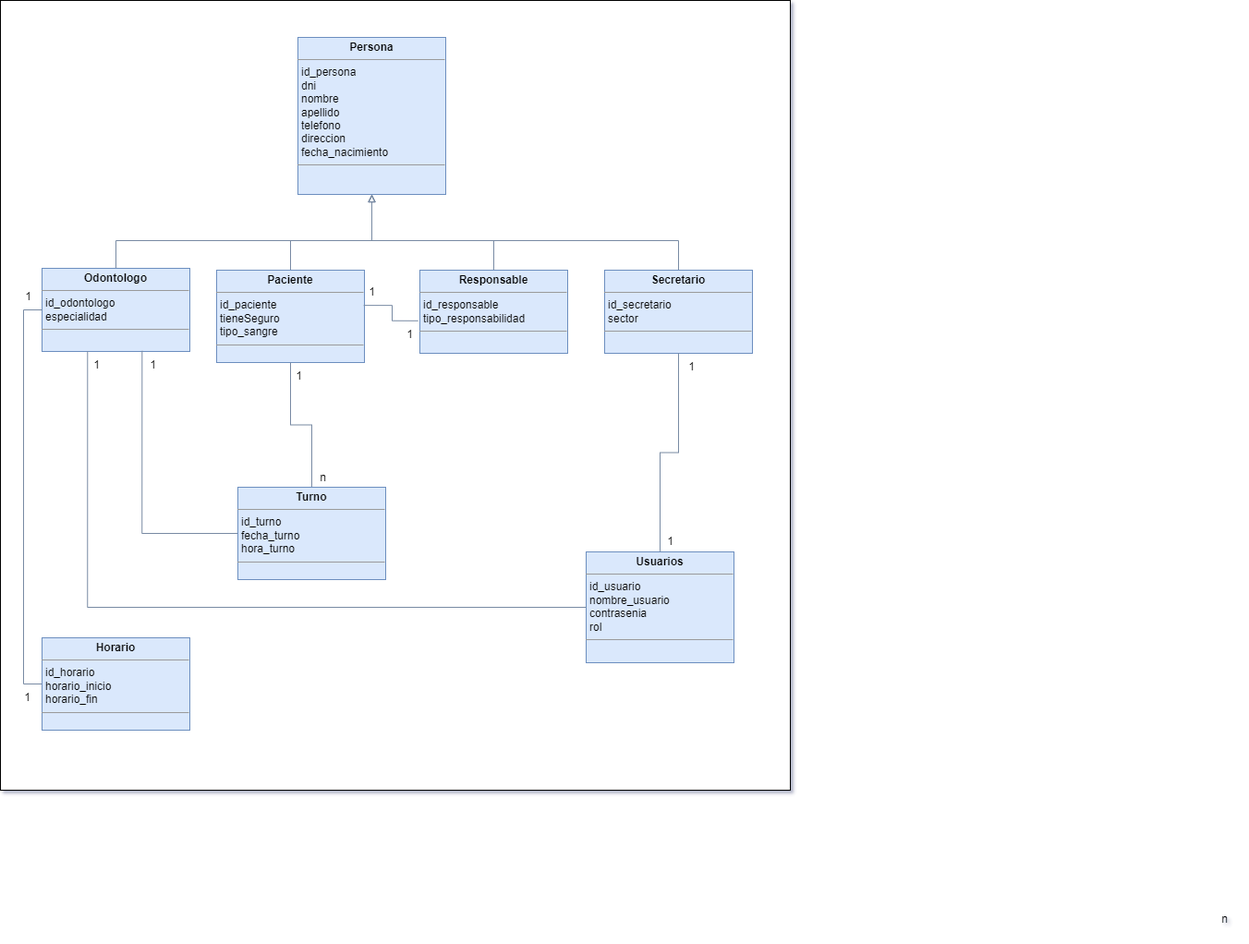
This is readme-img/consultorio odontologico - diagrama de clases.png from joseloc16/consultorioOdontologico, a draw.io export, as it was before one commit. Source tidied: cells renumbered, new cells last; positions are measured from the earlier drawing's top-left corner, leaving out a move shared by most shapes. Source of this version:
```xml
<mxGraphModel background="#FFFFFF" shadow="1">
  <root>
    <mxCell id="0" />
    <mxCell id="1" parent="0" />
    <mxCell id="2" style="whiteSpace=wrap;html=1;" parent="1" vertex="1">
      <mxGeometry width="855" height="855" as="geometry" />
    </mxCell>
    <mxCell id="3" value="&lt;p style=&quot;margin:0px;margin-top:4px;text-align:center;&quot;&gt;&lt;b&gt;Persona&lt;/b&gt;&lt;/p&gt;&lt;hr size=&quot;1&quot;&gt;&lt;p style=&quot;margin:0px;margin-left:4px;&quot;&gt;id_persona&lt;/p&gt;&lt;p style=&quot;margin:0px;margin-left:4px;&quot;&gt;dni&lt;/p&gt;&lt;p style=&quot;margin:0px;margin-left:4px;&quot;&gt;nombre&lt;/p&gt;&lt;p style=&quot;margin:0px;margin-left:4px;&quot;&gt;apellido&lt;/p&gt;&lt;p style=&quot;margin:0px;margin-left:4px;&quot;&gt;telefono&lt;/p&gt;&lt;p style=&quot;margin:0px;margin-left:4px;&quot;&gt;direccion&lt;br&gt;fecha_nacimiento&lt;/p&gt;&lt;hr size=&quot;1&quot;&gt;&lt;p style=&quot;margin:0px;margin-left:4px;&quot;&gt;&lt;br&gt;&lt;/p&gt;" style="verticalAlign=top;align=left;overflow=fill;fontSize=12;fontFamily=Helvetica;html=1;whiteSpace=wrap;fillColor=#dae8fc;strokeColor=#6c8ebf;fillStyle=auto;" parent="1" vertex="1">
      <mxGeometry x="322" y="40" width="160" height="170" as="geometry" />
    </mxCell>
    <mxCell id="4" style="edgeStyle=orthogonalEdgeStyle;rounded=0;jettySize=auto;html=1;entryX=0.5;entryY=1;entryDx=0;entryDy=0;endArrow=block;endFill=0;strokeColor=#788AA3;" parent="1" edge="1" source="5" target="3">
      <mxGeometry relative="1" as="geometry">
        <Array as="points">
          <mxPoint x="125" y="260" />
          <mxPoint x="402" y="260" />
        </Array>
      </mxGeometry>
    </mxCell>
    <mxCell id="5" value="&lt;p style=&quot;margin:0px;margin-top:4px;text-align:center;&quot;&gt;&lt;b&gt;Odontologo&lt;/b&gt;&lt;/p&gt;&lt;hr size=&quot;1&quot;&gt;&lt;p style=&quot;margin:0px;margin-left:4px;&quot;&gt;&lt;span style=&quot;background-color: initial;&quot;&gt;id_odontologo&lt;br&gt;&lt;/span&gt;especialidad&lt;/p&gt;&lt;hr size=&quot;1&quot;&gt;&lt;p style=&quot;margin:0px;margin-left:4px;&quot;&gt;&lt;br&gt;&lt;/p&gt;" style="verticalAlign=top;align=left;overflow=fill;fontSize=12;fontFamily=Helvetica;html=1;whiteSpace=wrap;fillColor=#dae8fc;strokeColor=#6c8ebf;fillStyle=auto;" parent="1" vertex="1">
      <mxGeometry x="45" y="290" width="160" height="90" as="geometry" />
    </mxCell>
    <mxCell id="6" style="edgeStyle=orthogonalEdgeStyle;rounded=0;jettySize=auto;html=1;entryX=0.5;entryY=1;entryDx=0;entryDy=0;strokeColor=#788AA3;endArrow=block;endFill=0;" parent="1" edge="1" source="7" target="3">
      <mxGeometry relative="1" as="geometry">
        <Array as="points">
          <mxPoint x="314" y="260" />
          <mxPoint x="402" y="260" />
        </Array>
      </mxGeometry>
    </mxCell>
    <mxCell id="7" value="&lt;p style=&quot;margin:0px;margin-top:4px;text-align:center;&quot;&gt;&lt;b&gt;Paciente&lt;/b&gt;&lt;/p&gt;&lt;hr size=&quot;1&quot;&gt;&lt;p style=&quot;margin:0px;margin-left:4px;&quot;&gt;id_paciente&lt;br&gt;tieneSeguro&lt;br&gt;tipo_sangre&lt;/p&gt;&lt;hr size=&quot;1&quot;&gt;&lt;p style=&quot;margin:0px;margin-left:4px;&quot;&gt;&lt;br&gt;&lt;/p&gt;" style="verticalAlign=top;align=left;overflow=fill;fontSize=12;fontFamily=Helvetica;html=1;whiteSpace=wrap;fillColor=#dae8fc;strokeColor=#6c8ebf;fillStyle=auto;" parent="1" vertex="1">
      <mxGeometry x="234" y="292" width="160" height="100" as="geometry" />
    </mxCell>
    <mxCell id="8" style="edgeStyle=orthogonalEdgeStyle;rounded=0;jettySize=auto;html=1;entryX=0.5;entryY=1;entryDx=0;entryDy=0;strokeColor=#788AA3;endArrow=block;endFill=0;" parent="1" edge="1" source="9" target="3">
      <mxGeometry relative="1" as="geometry">
        <Array as="points">
          <mxPoint x="734" y="260" />
          <mxPoint x="402" y="260" />
        </Array>
      </mxGeometry>
    </mxCell>
    <mxCell id="9" value="&lt;p style=&quot;margin:0px;margin-top:4px;text-align:center;&quot;&gt;&lt;b&gt;Secretario&lt;/b&gt;&lt;/p&gt;&lt;hr size=&quot;1&quot;&gt;&lt;p style=&quot;margin:0px;margin-left:4px;&quot;&gt;id_secretario&lt;br&gt;sector&lt;/p&gt;&lt;hr size=&quot;1&quot;&gt;&lt;p style=&quot;margin:0px;margin-left:4px;&quot;&gt;&lt;br&gt;&lt;/p&gt;" style="verticalAlign=top;align=left;overflow=fill;fontSize=12;fontFamily=Helvetica;html=1;whiteSpace=wrap;fillColor=#dae8fc;strokeColor=#6c8ebf;fillStyle=auto;" parent="1" vertex="1">
      <mxGeometry x="654" y="292" width="160" height="90" as="geometry" />
    </mxCell>
    <mxCell id="10" style="edgeStyle=orthogonalEdgeStyle;rounded=0;jettySize=auto;html=1;entryX=0.5;entryY=1;entryDx=0;entryDy=0;strokeColor=#788AA3;endArrow=block;endFill=0;" parent="1" edge="1" source="11" target="3">
      <mxGeometry relative="1" as="geometry">
        <Array as="points">
          <mxPoint x="534" y="260" />
          <mxPoint x="402" y="260" />
        </Array>
      </mxGeometry>
    </mxCell>
    <mxCell id="11" value="&lt;p style=&quot;margin:0px;margin-top:4px;text-align:center;&quot;&gt;&lt;b&gt;Responsable&lt;/b&gt;&lt;/p&gt;&lt;hr size=&quot;1&quot;&gt;&lt;p style=&quot;margin:0px;margin-left:4px;&quot;&gt;id_responsable&lt;br&gt;tipo_responsabilidad&lt;/p&gt;&lt;hr size=&quot;1&quot;&gt;&lt;p style=&quot;margin:0px;margin-left:4px;&quot;&gt;&lt;br&gt;&lt;/p&gt;" style="verticalAlign=top;align=left;overflow=fill;fontSize=12;fontFamily=Helvetica;html=1;whiteSpace=wrap;fillColor=#dae8fc;strokeColor=#6c8ebf;fillStyle=auto;" parent="1" vertex="1">
      <mxGeometry x="454" y="292" width="160" height="90" as="geometry" />
    </mxCell>
    <mxCell id="12" style="edgeStyle=orthogonalEdgeStyle;rounded=0;jettySize=auto;html=1;entryX=0.677;entryY=0.993;entryDx=0;entryDy=0;strokeColor=#788AA3;endArrow=none;endFill=0;entryPerimeter=0;" parent="1" edge="1" source="14" target="5">
      <mxGeometry relative="1" as="geometry" />
    </mxCell>
    <mxCell id="13" style="edgeStyle=orthogonalEdgeStyle;rounded=0;jettySize=auto;html=1;entryX=0.5;entryY=1;entryDx=0;entryDy=0;strokeColor=#788AA3;endArrow=none;endFill=0;" parent="1" edge="1" source="14" target="7">
      <mxGeometry relative="1" as="geometry" />
    </mxCell>
    <mxCell id="14" value="&lt;p style=&quot;margin:0px;margin-top:4px;text-align:center;&quot;&gt;&lt;b&gt;Turno&lt;/b&gt;&lt;/p&gt;&lt;hr size=&quot;1&quot;&gt;&lt;p style=&quot;margin:0px;margin-left:4px;&quot;&gt;id_turno&lt;/p&gt;&lt;p style=&quot;margin:0px;margin-left:4px;&quot;&gt;fecha_turno&lt;br&gt;hora_turno&lt;br&gt;&lt;/p&gt;&lt;hr size=&quot;1&quot;&gt;&lt;p style=&quot;margin:0px;margin-left:4px;&quot;&gt;&lt;br&gt;&lt;/p&gt;&lt;p style=&quot;margin:0px;margin-left:4px;&quot;&gt;&lt;br&gt;&lt;/p&gt;&lt;p style=&quot;margin:0px;margin-left:4px;&quot;&gt;&lt;br&gt;&lt;/p&gt;&lt;p style=&quot;margin:0px;margin-left:4px;&quot;&gt;&lt;br&gt;&lt;/p&gt;&lt;p style=&quot;margin:0px;margin-left:4px;&quot;&gt;&lt;br&gt;&lt;/p&gt;" style="verticalAlign=top;align=left;overflow=fill;fontSize=12;fontFamily=Helvetica;html=1;whiteSpace=wrap;fillColor=#dae8fc;strokeColor=#6c8ebf;fillStyle=auto;" parent="1" vertex="1">
      <mxGeometry x="257" y="527" width="160" height="100" as="geometry" />
    </mxCell>
    <mxCell id="15" style="edgeStyle=orthogonalEdgeStyle;rounded=0;jettySize=auto;html=1;entryX=0.5;entryY=1;entryDx=0;entryDy=0;strokeColor=#788AA3;endArrow=none;endFill=0;" parent="1" edge="1" source="16" target="9">
      <mxGeometry relative="1" as="geometry" />
    </mxCell>
    <mxCell id="16" value="&lt;p style=&quot;margin:0px;margin-top:4px;text-align:center;&quot;&gt;&lt;b&gt;Usuarios&lt;/b&gt;&lt;/p&gt;&lt;hr size=&quot;1&quot;&gt;&lt;p style=&quot;margin:0px;margin-left:4px;&quot;&gt;id_usuario&lt;br&gt;nombre_usuario&lt;br&gt;contrasenia&lt;br&gt;rol&lt;/p&gt;&lt;hr size=&quot;1&quot;&gt;&lt;p style=&quot;margin:0px;margin-left:4px;&quot;&gt;&lt;br&gt;&lt;/p&gt;" style="verticalAlign=top;align=left;overflow=fill;fontSize=12;fontFamily=Helvetica;html=1;whiteSpace=wrap;fillColor=#dae8fc;strokeColor=#6c8ebf;fillStyle=auto;" parent="1" vertex="1">
      <mxGeometry x="634" y="597" width="160" height="120" as="geometry" />
    </mxCell>
    <mxCell id="17" style="edgeStyle=orthogonalEdgeStyle;rounded=0;jettySize=auto;html=1;entryX=0;entryY=0.5;entryDx=0;entryDy=0;strokeColor=#788AA3;endArrow=none;endFill=0;" parent="1" edge="1" source="18" target="5">
      <mxGeometry relative="1" as="geometry">
        <Array as="points">
          <mxPoint x="25" y="740" />
          <mxPoint x="25" y="335" />
        </Array>
      </mxGeometry>
    </mxCell>
    <mxCell id="18" value="&lt;p style=&quot;margin:0px;margin-top:4px;text-align:center;&quot;&gt;&lt;b&gt;Horario&lt;/b&gt;&lt;/p&gt;&lt;hr size=&quot;1&quot;&gt;&lt;p style=&quot;margin:0px;margin-left:4px;&quot;&gt;id_horario&lt;br&gt;horario_inicio&lt;br&gt;horario_fin&lt;/p&gt;&lt;hr size=&quot;1&quot;&gt;&lt;p style=&quot;margin:0px;margin-left:4px;&quot;&gt;&lt;br&gt;&lt;/p&gt;" style="verticalAlign=top;align=left;overflow=fill;fontSize=12;fontFamily=Helvetica;html=1;whiteSpace=wrap;fillColor=#dae8fc;strokeColor=#6c8ebf;fillStyle=auto;" parent="1" vertex="1">
      <mxGeometry x="45" y="690" width="160" height="100" as="geometry" />
    </mxCell>
    <mxCell id="19" value="1" style="text;html=1;align=center;verticalAlign=middle;strokeColor=none;fillColor=none;" parent="1" vertex="1">
      <mxGeometry x="150" y="380" width="30" height="30" as="geometry" />
    </mxCell>
    <mxCell id="20" value="n" style="text;html=1;align=center;verticalAlign=middle;strokeColor=none;fillColor=none;" parent="1" vertex="1">
      <mxGeometry x="1310" y="980" width="30" height="30" as="geometry" />
    </mxCell>
    <mxCell id="21" value="1" style="text;html=1;align=center;verticalAlign=middle;strokeColor=none;fillColor=none;" parent="1" vertex="1">
      <mxGeometry x="308" y="392" width="30" height="30" as="geometry" />
    </mxCell>
    <mxCell id="22" value="n" style="text;html=1;align=center;verticalAlign=middle;strokeColor=none;fillColor=none;" parent="1" vertex="1">
      <mxGeometry x="334" y="502" width="30" height="30" as="geometry" />
    </mxCell>
    <mxCell id="23" style="edgeStyle=orthogonalEdgeStyle;rounded=0;jettySize=auto;html=1;entryX=-0.012;entryY=0.609;entryDx=0;entryDy=0;entryPerimeter=0;strokeColor=#788AA3;endArrow=none;endFill=0;exitX=0.995;exitY=0.381;exitDx=0;exitDy=0;exitPerimeter=0;" parent="1" edge="1" source="7" target="11">
      <mxGeometry relative="1" as="geometry" />
    </mxCell>
    <mxCell id="24" value="1" style="text;html=1;align=center;verticalAlign=middle;strokeColor=none;fillColor=none;" parent="1" vertex="1">
      <mxGeometry x="387" y="301" width="30" height="30" as="geometry" />
    </mxCell>
    <mxCell id="25" value="1" style="text;html=1;align=center;verticalAlign=middle;strokeColor=none;fillColor=none;" parent="1" vertex="1">
      <mxGeometry x="428" y="347" width="30" height="30" as="geometry" />
    </mxCell>
    <mxCell id="26" style="edgeStyle=orthogonalEdgeStyle;rounded=0;jettySize=auto;html=1;entryX=0.308;entryY=0.999;entryDx=0;entryDy=0;entryPerimeter=0;endArrow=none;endFill=0;strokeColor=#788AA3;" parent="1" edge="1" source="16" target="5">
      <mxGeometry relative="1" as="geometry" />
    </mxCell>
    <mxCell id="27" value="1" style="text;html=1;align=center;verticalAlign=middle;strokeColor=none;fillColor=none;" parent="1" vertex="1">
      <mxGeometry x="89" y="380" width="30" height="30" as="geometry" />
    </mxCell>
    <mxCell id="28" value="1" style="text;html=1;align=center;verticalAlign=middle;strokeColor=none;fillColor=none;" parent="1" vertex="1">
      <mxGeometry x="733" y="382" width="30" height="30" as="geometry" />
    </mxCell>
    <mxCell id="29" value="1" style="text;html=1;align=center;verticalAlign=middle;strokeColor=none;fillColor=none;" parent="1" vertex="1">
      <mxGeometry x="710" y="571" width="30" height="30" as="geometry" />
    </mxCell>
    <mxCell id="30" value="1" style="text;html=1;align=center;verticalAlign=middle;strokeColor=none;fillColor=none;" parent="1" vertex="1">
      <mxGeometry x="15" y="306" width="30" height="30" as="geometry" />
    </mxCell>
    <mxCell id="31" value="1" style="text;html=1;align=center;verticalAlign=middle;strokeColor=none;fillColor=none;" parent="1" vertex="1">
      <mxGeometry x="14" y="740" width="30" height="30" as="geometry" />
    </mxCell>
  </root>
</mxGraphModel>
```
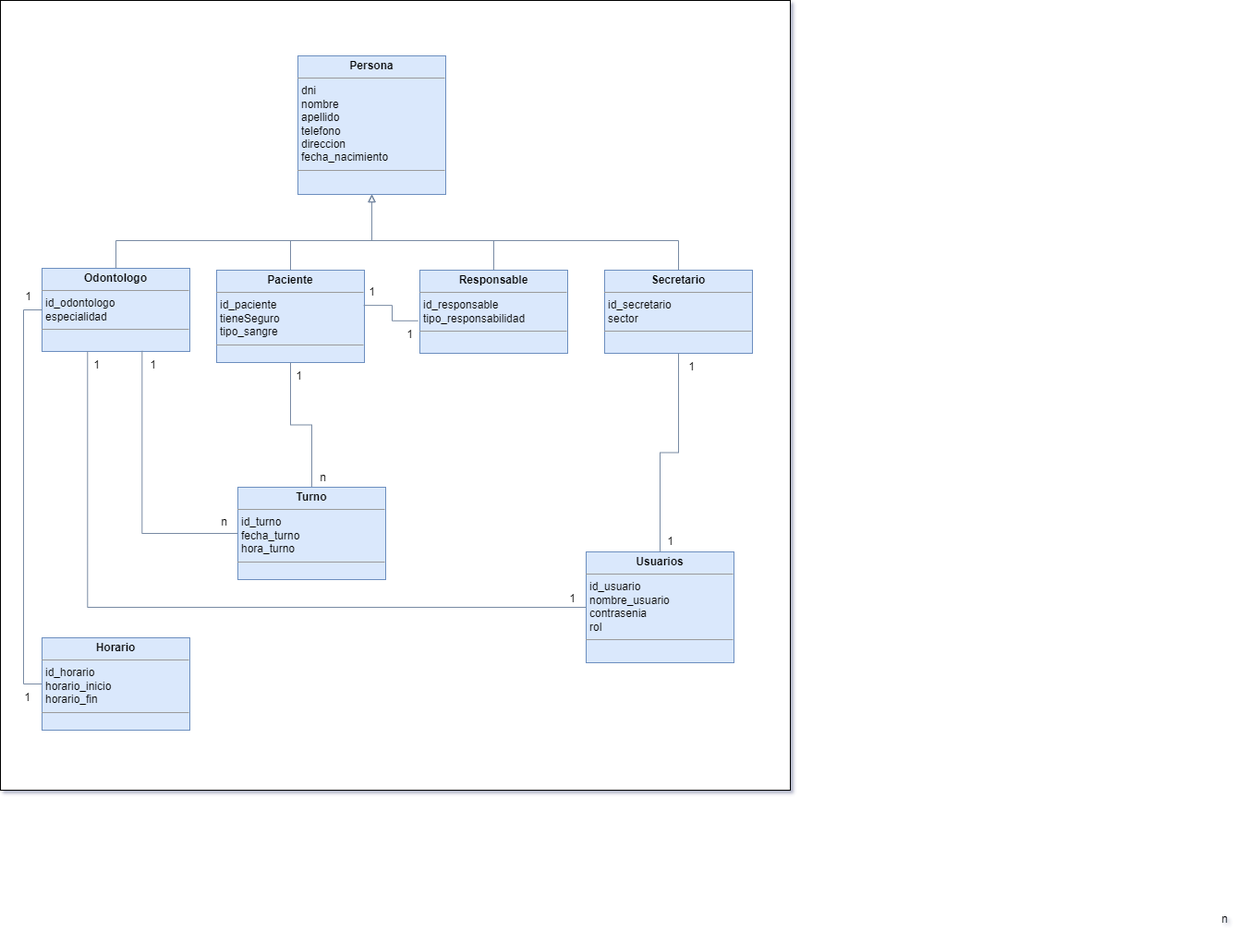
Above is the later version.

Commit message:
Actualiza diagarama de clases en README

What changed in the source:
```diff
@@ -5,8 +5,8 @@
     <mxCell id="2" style="whiteSpace=wrap;html=1;" parent="1" vertex="1">
       <mxGeometry width="855" height="855" as="geometry" />
     </mxCell>
-    <mxCell id="3" value="&lt;p style=&quot;margin:0px;margin-top:4px;text-align:center;&quot;&gt;&lt;b&gt;Persona&lt;/b&gt;&lt;/p&gt;&lt;hr size=&quot;1&quot;&gt;&lt;p style=&quot;margin:0px;margin-left:4px;&quot;&gt;id_persona&lt;/p&gt;&lt;p style=&quot;margin:0px;margin-left:4px;&quot;&gt;dni&lt;/p&gt;&lt;p style=&quot;margin:0px;margin-left:4px;&quot;&gt;nombre&lt;/p&gt;&lt;p style=&quot;margin:0px;margin-left:4px;&quot;&gt;apellido&lt;/p&gt;&lt;p style=&quot;margin:0px;margin-left:4px;&quot;&gt;telefono&lt;/p&gt;&lt;p style=&quot;margin:0px;margin-left:4px;&quot;&gt;direccion&lt;br&gt;fecha_nacimiento&lt;/p&gt;&lt;hr size=&quot;1&quot;&gt;&lt;p style=&quot;margin:0px;margin-left:4px;&quot;&gt;&lt;br&gt;&lt;/p&gt;" style="verticalAlign=top;align=left;overflow=fill;fontSize=12;fontFamily=Helvetica;html=1;whiteSpace=wrap;fillColor=#dae8fc;strokeColor=#6c8ebf;fillStyle=auto;" parent="1" vertex="1">
-      <mxGeometry x="322" y="40" width="160" height="170" as="geometry" />
+    <mxCell id="3" value="&lt;p style=&quot;margin:0px;margin-top:4px;text-align:center;&quot;&gt;&lt;b&gt;Persona&lt;/b&gt;&lt;/p&gt;&lt;hr size=&quot;1&quot;&gt;&lt;p style=&quot;margin:0px;margin-left:4px;&quot;&gt;&lt;span style=&quot;background-color: initial;&quot;&gt;dni&lt;/span&gt;&lt;br&gt;&lt;/p&gt;&lt;p style=&quot;margin:0px;margin-left:4px;&quot;&gt;nombre&lt;/p&gt;&lt;p style=&quot;margin:0px;margin-left:4px;&quot;&gt;apellido&lt;/p&gt;&lt;p style=&quot;margin:0px;margin-left:4px;&quot;&gt;telefono&lt;/p&gt;&lt;p style=&quot;margin:0px;margin-left:4px;&quot;&gt;direccion&lt;br&gt;fecha_nacimiento&lt;/p&gt;&lt;hr size=&quot;1&quot;&gt;&lt;p style=&quot;margin:0px;margin-left:4px;&quot;&gt;&lt;br&gt;&lt;/p&gt;" style="verticalAlign=top;align=left;overflow=fill;fontSize=12;fontFamily=Helvetica;html=1;whiteSpace=wrap;fillColor=#dae8fc;strokeColor=#6c8ebf;fillStyle=auto;" parent="1" vertex="1">
+      <mxGeometry x="322" y="60" width="160" height="150" as="geometry" />
     </mxCell>
     <mxCell id="4" style="edgeStyle=orthogonalEdgeStyle;rounded=0;jettySize=auto;html=1;entryX=0.5;entryY=1;entryDx=0;entryDy=0;endArrow=block;endFill=0;strokeColor=#788AA3;" parent="1" edge="1" source="5" target="3">
       <mxGeometry relative="1" as="geometry">
@@ -117,5 +117,11 @@
     <mxCell id="31" value="1" style="text;html=1;align=center;verticalAlign=middle;strokeColor=none;fillColor=none;" parent="1" vertex="1">
       <mxGeometry x="14" y="740" width="30" height="30" as="geometry" />
     </mxCell>
+    <mxCell id="32" value="n" style="text;html=1;align=center;verticalAlign=middle;strokeColor=none;fillColor=none;" parent="1" vertex="1">
+      <mxGeometry x="227" y="550" width="30" height="30" as="geometry" />
+    </mxCell>
+    <mxCell id="33" value="1" style="text;html=1;align=center;verticalAlign=middle;strokeColor=none;fillColor=none;" parent="1" vertex="1">
+      <mxGeometry x="604" y="633" width="30" height="30" as="geometry" />
+    </mxCell>
   </root>
 </mxGraphModel>
```
